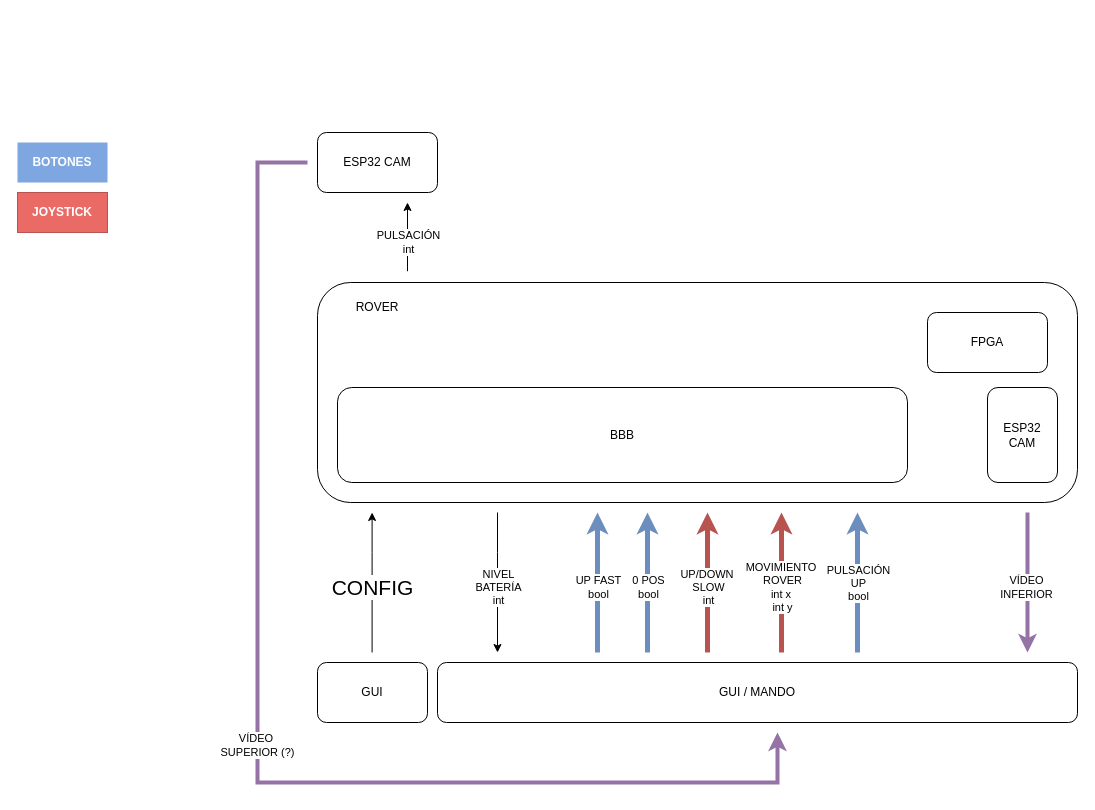
Above: page "Página-1" (1 of 2) of Software/Doku/SIGNALS.drawio in OgLocGreen/proyecto_sistema_mecatronico_industrial (draw.io), before the change. Source tidied: cells renumbered, new cells numbered last; positions are measured from the earlier drawing's top-left corner, leaving out a move shared by most shapes. Both pictures are drawn from the tidied source at 100%, with x=0, y=0 at pixel (17, 132).
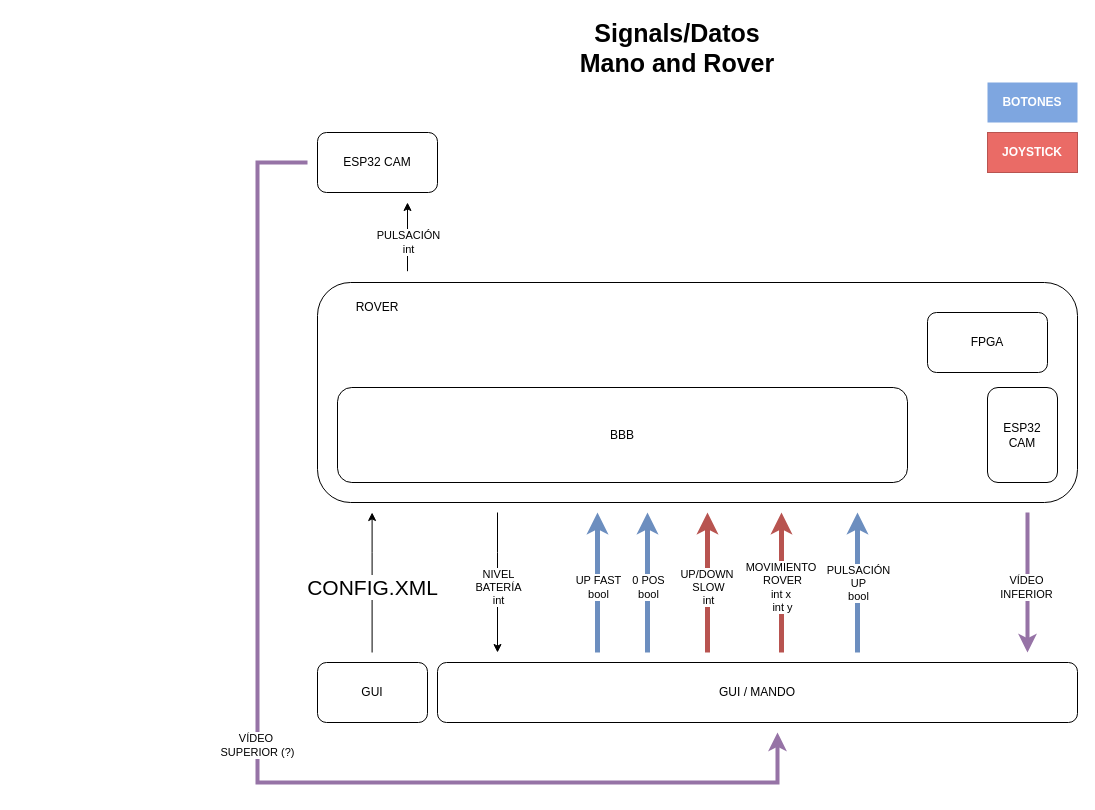
Above is the later version.

Unchanged cells that the change refers to:
```xml
<mxCell id="29" style="endArrow=none;html=1;rounded=0;startArrow=classic;startFill=1;endFill=0;" parent="1" edge="1">
  <mxGeometry relative="1" as="geometry">
    <mxPoint x="354.6" y="380" as="sourcePoint" />
    <mxPoint x="354.6" y="520" as="targetPoint" />
    <Array as="points">
      <mxPoint x="354.6" y="420" />
    </Array>
  </mxGeometry>
</mxCell>
```

What changed in the source:
```diff
@@
     <mxCell id="24" value="&lt;font color=&quot;#ffffff&quot;&gt;&lt;b style=&quot;background-color: rgb(126, 166, 224);&quot;&gt;BOTONES&lt;/b&gt;&lt;/font&gt;" style="text;html=1;strokeColor=none;fillColor=#7EA6E0;align=center;verticalAlign=middle;whiteSpace=wrap;rounded=0;" parent="1" vertex="1">
-      <mxGeometry y="10" width="90" height="40" as="geometry" />
+      <mxGeometry x="970" y="-50" width="90" height="40" as="geometry" />
     </mxCell>
     <mxCell id="25" value="&lt;font color=&quot;#ffffff&quot;&gt;&lt;b style=&quot;&quot;&gt;JOYSTICK&lt;/b&gt;&lt;/font&gt;" style="text;html=1;strokeColor=#b85450;fillColor=#EA6B66;align=center;verticalAlign=middle;whiteSpace=wrap;rounded=0;" parent="1" vertex="1">
-      <mxGeometry y="60" width="90" height="40" as="geometry" />
+      <mxGeometry x="970" width="90" height="40" as="geometry" />
     </mxCell>
@@
-    <mxCell id="30" value="&lt;font style=&quot;font-size: 21px;&quot;&gt;CONFIG&lt;/font&gt;" style="edgeLabel;html=1;align=center;verticalAlign=middle;" parent="29" vertex="1">
+    <mxCell id="30" value="&lt;font style=&quot;font-size: 21px;&quot;&gt;CONFIG.XML&lt;/font&gt;" style="edgeLabel;html=1;align=center;verticalAlign=middle;" parent="29" vertex="1">
       <mxGeometry x="0.24" y="-2" relative="1" as="geometry">
         <mxPoint x="2" y="-13" as="offset" />
       </mxGeometry>
     </mxCell>
@@
+    <mxCell id="32" value="&lt;font style=&quot;font-size: 25px;&quot;&gt;&lt;b&gt;&lt;font style=&quot;font-size: 25px;&quot;&gt;Signals/Datos Mano and Rover&lt;/font&gt;&lt;/b&gt;&lt;/font&gt;" style="text;html=1;strokeColor=none;fillColor=none;align=center;verticalAlign=middle;whiteSpace=wrap;rounded=0;" parent="1" vertex="1">
+      <mxGeometry x="550" y="-100" width="220" height="30" as="geometry" />
+    </mxCell>
```
